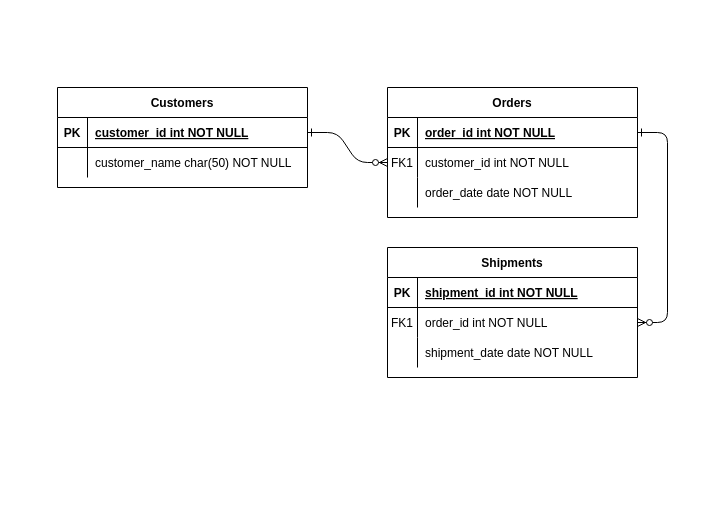
The draw.io diagram pertemuan1/pertemuan1.drawio in andamira16/IF214002, before the edit. Source tidied: cells renumbered, new cells numbered last; positions are measured from the earlier drawing's top-left corner, leaving out a move shared by most shapes. Both pictures are drawn from the tidied source at 100%, with x=0, y=0 at pixel (57, 87).
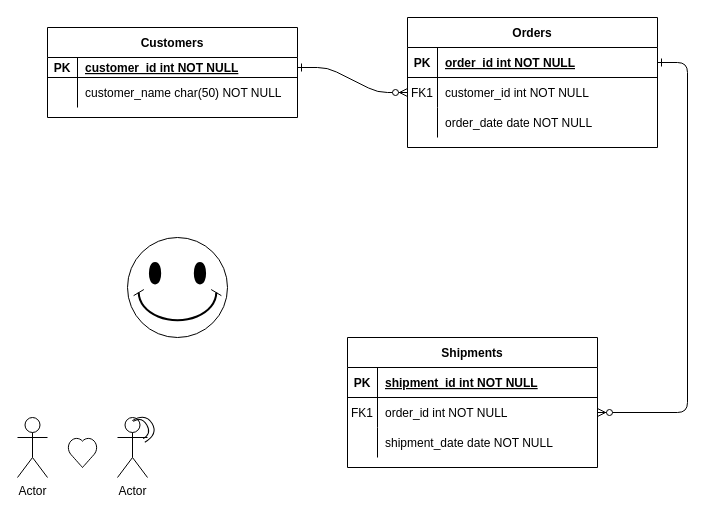
After the change.

The edit, as a diff of the source:
```diff
@@
     <mxCell id="4" value="Orders" style="shape=table;startSize=30;childLayout=tableLayout;rowLines=0;fontStyle=1;align=center;" parent="1" vertex="1">
-      <mxGeometry x="330" width="250" height="130" as="geometry" />
+      <mxGeometry x="350" y="-70" width="250" height="130" as="geometry" />
     </mxCell>
@@
     <mxCell id="14" value="Shipments" style="shape=table;startSize=30;childLayout=tableLayout;rowLines=0;fontStyle=1;align=center;" parent="1" vertex="1">
-      <mxGeometry x="330" y="160" width="250" height="130" as="geometry" />
+      <mxGeometry x="290" y="250" width="250" height="130" as="geometry" />
     </mxCell>
@@
     <mxCell id="24" value="Customers" style="shape=table;startSize=30;childLayout=tableLayout;rowLines=0;fontStyle=1;align=center;" parent="1" vertex="1">
-      <mxGeometry width="250" height="100" as="geometry" />
+      <mxGeometry x="-10" y="-60" width="250" height="90" as="geometry" />
     </mxCell>
     <mxCell id="25" style="shape=partialRectangle;fillColor=none;points=[[0,0.5],[1,0.5]];portConstraint=eastwest;top=0;left=0;right=0;bottom=1;" parent="24" vertex="1">
-      <mxGeometry y="30" width="250" height="30" as="geometry" />
+      <mxGeometry y="30" width="250" height="20" as="geometry" />
     </mxCell>
     <mxCell id="26" value="PK" style="shape=partialRectangle;overflow=hidden;fillColor=none;top=0;left=0;bottom=0;right=0;fontStyle=1;" parent="25" vertex="1">
-      <mxGeometry width="30" height="30" as="geometry" />
+      <mxGeometry width="30" height="20" as="geometry" />
     </mxCell>
     <mxCell id="27" value="customer_id int NOT NULL " style="shape=partialRectangle;overflow=hidden;fillColor=none;top=0;left=0;bottom=0;right=0;align=left;spacingLeft=6;fontStyle=5;" parent="25" vertex="1">
-      <mxGeometry x="30" width="220" height="30" as="geometry" />
+      <mxGeometry x="30" width="220" height="20" as="geometry" />
     </mxCell>
     <mxCell id="28" style="shape=partialRectangle;fillColor=none;top=0;left=0;right=0;bottom=0;" parent="24" vertex="1">
-      <mxGeometry y="60" width="250" height="30" as="geometry" />
+      <mxGeometry y="50" width="250" height="30" as="geometry" />
     </mxCell>
@@
+    <mxCell id="31" style="verticalLabelPosition=bottom;verticalAlign=top;html=1;shape=mxgraph.basic.smiley;strokeColor=#000000;" parent="1" vertex="1">
+      <mxGeometry x="70" y="150" width="100" height="100" as="geometry" />
+    </mxCell>
+    <mxCell id="32" value="Actor" style="shape=umlActor;verticalLabelPosition=bottom;verticalAlign=top;html=1;" parent="1" vertex="1">
+      <mxGeometry x="-40" y="330" width="30" height="60" as="geometry" />
+    </mxCell>
+    <mxCell id="33" value="Actor" style="shape=umlActor;verticalLabelPosition=bottom;verticalAlign=top;html=1;" parent="1" vertex="1">
+      <mxGeometry x="60" y="330" width="30" height="60" as="geometry" />
+    </mxCell>
+    <mxCell id="34" style="verticalLabelPosition=bottom;verticalAlign=top;html=1;shape=mxgraph.basic.heart;" parent="1" vertex="1">
+      <mxGeometry x="10" y="350" width="30" height="30" as="geometry" />
+    </mxCell>
+    <mxCell id="35" style="shape=requiredInterface;html=1;verticalLabelPosition=bottom;sketch=0;strokeColor=#000000;rotation=-30;" parent="1" vertex="1">
+      <mxGeometry x="80" y="330" width="10" height="20" as="geometry" />
+    </mxCell>
+    <mxCell id="36" style="shape=requiredInterface;html=1;verticalLabelPosition=bottom;sketch=0;strokeColor=#000000;rotation=-30;" parent="1" vertex="1">
+      <mxGeometry x="80" y="327.5" width="15.7" height="25" as="geometry" />
+    </mxCell>
```
